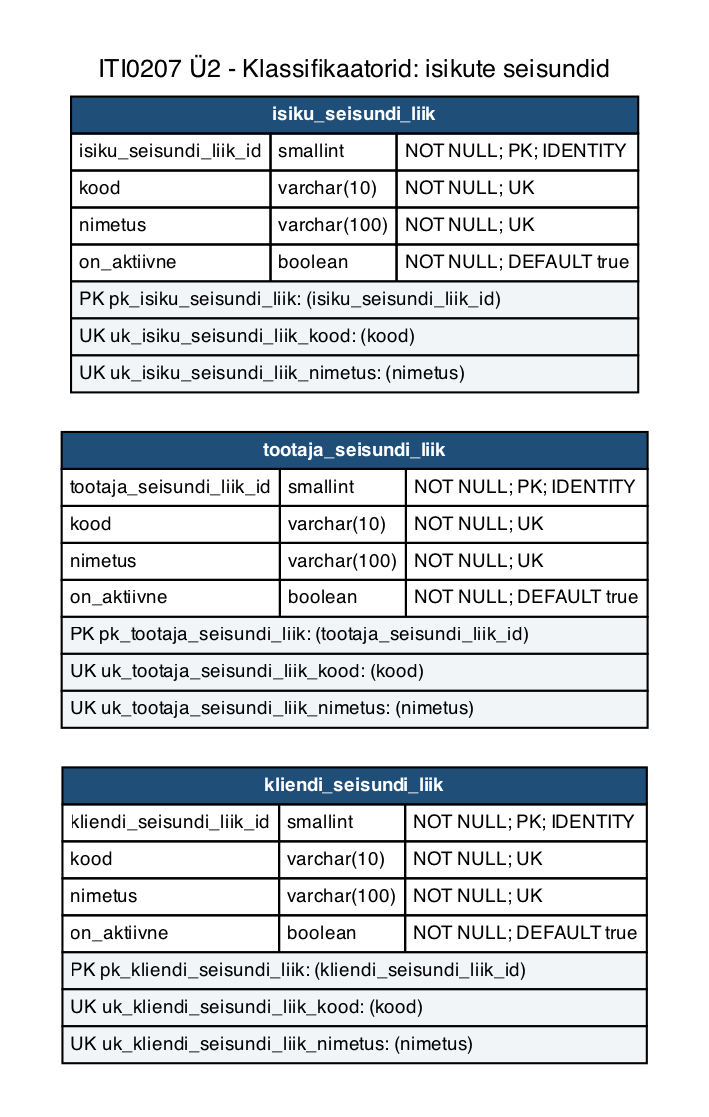
tamkivi/andmebaasid-projekt keeps this Graphviz diagram as iti0207-epood/docs/diagrams/u2-01a-klassifikaatorid-isikuseisundid.png. Above is the earlier version. Its source is kept beside it as iti0207-epood/docs/diagrams/u2-01a-klassifikaatorid-isikuseisundid.dot.
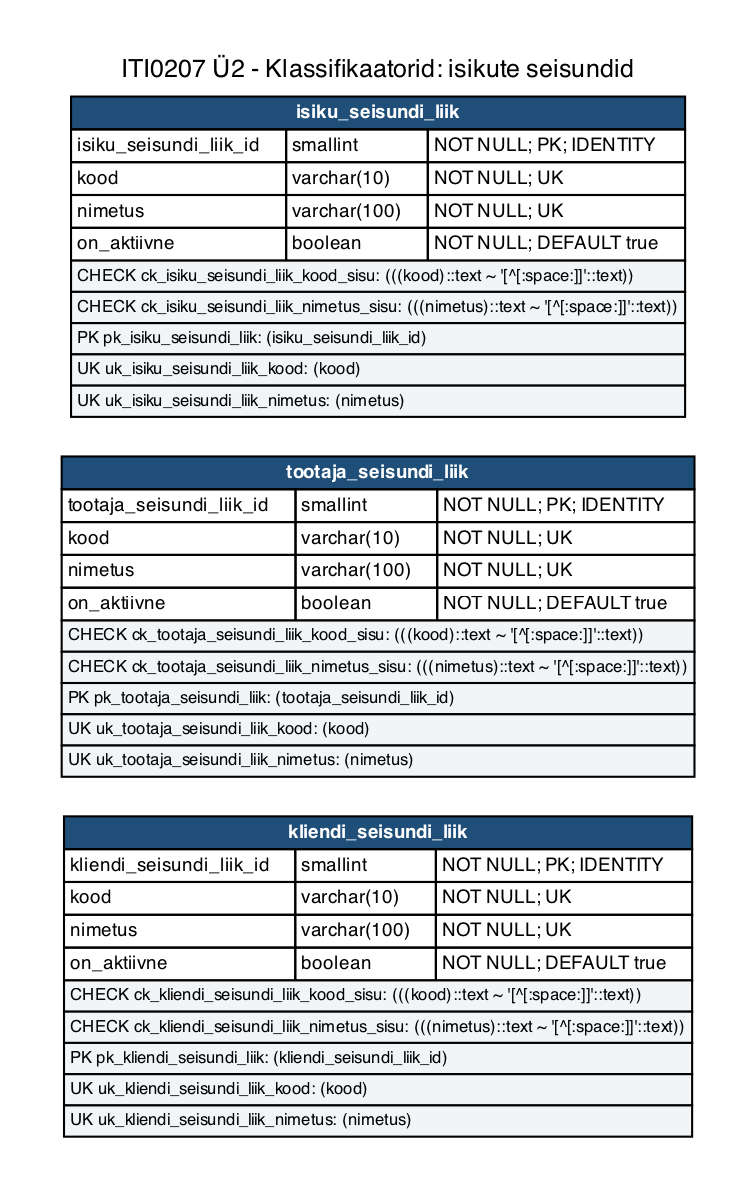
Later version of the same file.

Change to the diagram source:
```diff
@@ -5,9 +5,9 @@
   edge [color="#667788", dir=none, fontsize=8, fontname=Helvetica];
   labelloc="t";
   label="ITI0207 Ü2 - Klassifikaatorid: isikute seisundid";
-  "isiku_seisundi_liik" [label=<<TABLE BORDER="0" CELLBORDER="1" CELLSPACING="0" CELLPADDING="3"><TR><TD COLSPAN="3" BGCOLOR="#1f4e79"><FONT COLOR="white"><B>isiku_seisundi_liik</B></FONT></TD></TR><TR><TD ALIGN="LEFT">isiku_seisundi_liik_id</TD><TD ALIGN="LEFT">smallint</TD><TD ALIGN="LEFT">NOT NULL; PK; IDENTITY</TD></TR><TR><TD ALIGN="LEFT">kood</TD><TD ALIGN="LEFT">varchar(10)</TD><TD ALIGN="LEFT">NOT NULL; UK</TD></TR><TR><TD ALIGN="LEFT">nimetus</TD><TD ALIGN="LEFT">varchar(100)</TD><TD ALIGN="LEFT">NOT NULL; UK</TD></TR><TR><TD ALIGN="LEFT">on_aktiivne</TD><TD ALIGN="LEFT">boolean</TD><TD ALIGN="LEFT">NOT NULL; DEFAULT true</TD></TR><TR><TD COLSPAN="3" ALIGN="LEFT" BGCOLOR="#f2f5f8"><FONT POINT-SIZE="9">PK pk_isiku_seisundi_liik: (isiku_seisundi_liik_id)</FONT></TD></TR><TR><TD COLSPAN="3" ALIGN="LEFT" BGCOLOR="#f2f5f8"><FONT POINT-SIZE="9">UK uk_isiku_seisundi_liik_kood: (kood)</FONT></TD></TR><TR><TD COLSPAN="3" ALIGN="LEFT" BGCOLOR="#f2f5f8"><FONT POINT-SIZE="9">UK uk_isiku_seisundi_liik_nimetus: (nimetus)</FONT></TD></TR></TABLE>>];
-  "tootaja_seisundi_liik" [label=<<TABLE BORDER="0" CELLBORDER="1" CELLSPACING="0" CELLPADDING="3"><TR><TD COLSPAN="3" BGCOLOR="#1f4e79"><FONT COLOR="white"><B>tootaja_seisundi_liik</B></FONT></TD></TR><TR><TD ALIGN="LEFT">tootaja_seisundi_liik_id</TD><TD ALIGN="LEFT">smallint</TD><TD ALIGN="LEFT">NOT NULL; PK; IDENTITY</TD></TR><TR><TD ALIGN="LEFT">kood</TD><TD ALIGN="LEFT">varchar(10)</TD><TD ALIGN="LEFT">NOT NULL; UK</TD></TR><TR><TD ALIGN="LEFT">nimetus</TD><TD ALIGN="LEFT">varchar(100)</TD><TD ALIGN="LEFT">NOT NULL; UK</TD></TR><TR><TD ALIGN="LEFT">on_aktiivne</TD><TD ALIGN="LEFT">boolean</TD><TD ALIGN="LEFT">NOT NULL; DEFAULT true</TD></TR><TR><TD COLSPAN="3" ALIGN="LEFT" BGCOLOR="#f2f5f8"><FONT POINT-SIZE="9">PK pk_tootaja_seisundi_liik: (tootaja_seisundi_liik_id)</FONT></TD></TR><TR><TD COLSPAN="3" ALIGN="LEFT" BGCOLOR="#f2f5f8"><FONT POINT-SIZE="9">UK uk_tootaja_seisundi_liik_kood: (kood)</FONT></TD></TR><TR><TD COLSPAN="3" ALIGN="LEFT" BGCOLOR="#f2f5f8"><FONT POINT-SIZE="9">UK uk_tootaja_seisundi_liik_nimetus: (nimetus)</FONT></TD></TR></TABLE>>];
-  "kliendi_seisundi_liik" [label=<<TABLE BORDER="0" CELLBORDER="1" CELLSPACING="0" CELLPADDING="3"><TR><TD COLSPAN="3" BGCOLOR="#1f4e79"><FONT COLOR="white"><B>kliendi_seisundi_liik</B></FONT></TD></TR><TR><TD ALIGN="LEFT">kliendi_seisundi_liik_id</TD><TD ALIGN="LEFT">smallint</TD><TD ALIGN="LEFT">NOT NULL; PK; IDENTITY</TD></TR><TR><TD ALIGN="LEFT">kood</TD><TD ALIGN="LEFT">varchar(10)</TD><TD ALIGN="LEFT">NOT NULL; UK</TD></TR><TR><TD ALIGN="LEFT">nimetus</TD><TD ALIGN="LEFT">varchar(100)</TD><TD ALIGN="LEFT">NOT NULL; UK</TD></TR><TR><TD ALIGN="LEFT">on_aktiivne</TD><TD ALIGN="LEFT">boolean</TD><TD ALIGN="LEFT">NOT NULL; DEFAULT true</TD></TR><TR><TD COLSPAN="3" ALIGN="LEFT" BGCOLOR="#f2f5f8"><FONT POINT-SIZE="9">PK pk_kliendi_seisundi_liik: (kliendi_seisundi_liik_id)</FONT></TD></TR><TR><TD COLSPAN="3" ALIGN="LEFT" BGCOLOR="#f2f5f8"><FONT POINT-SIZE="9">UK uk_kliendi_seisundi_liik_kood: (kood)</FONT></TD></TR><TR><TD COLSPAN="3" ALIGN="LEFT" BGCOLOR="#f2f5f8"><FONT POINT-SIZE="9">UK uk_kliendi_seisundi_liik_nimetus: (nimetus)</FONT></TD></TR></TABLE>>];
+  "isiku_seisundi_liik" [label=<<TABLE BORDER="0" CELLBORDER="1" CELLSPACING="0" CELLPADDING="2"><TR><TD COLSPAN="3" BGCOLOR="#1f4e79"><FONT COLOR="white"><B>isiku_seisundi_liik</B></FONT></TD></TR><TR><TD ALIGN="LEFT">isiku_seisundi_liik_id</TD><TD ALIGN="LEFT">smallint</TD><TD ALIGN="LEFT">NOT NULL; PK; IDENTITY</TD></TR><TR><TD ALIGN="LEFT">kood</TD><TD ALIGN="LEFT">varchar(10)</TD><TD ALIGN="LEFT">NOT NULL; UK</TD></TR><TR><TD ALIGN="LEFT">nimetus</TD><TD ALIGN="LEFT">varchar(100)</TD><TD ALIGN="LEFT">NOT NULL; UK</TD></TR><TR><TD ALIGN="LEFT">on_aktiivne</TD><TD ALIGN="LEFT">boolean</TD><TD ALIGN="LEFT">NOT NULL; DEFAULT true</TD></TR><TR><TD COLSPAN="3" ALIGN="LEFT" BGCOLOR="#f2f5f8"><FONT POINT-SIZE="8">CHECK ck_isiku_seisundi_liik_kood_sisu: (((kood)::text ~ &#x27;[^[:space:]]&#x27;::text))</FONT></TD></TR><TR><TD COLSPAN="3" ALIGN="LEFT" BGCOLOR="#f2f5f8"><FONT POINT-SIZE="8">CHECK ck_isiku_seisundi_liik_nimetus_sisu: (((nimetus)::text ~ &#x27;[^[:space:]]&#x27;::text))</FONT></TD></TR><TR><TD COLSPAN="3" ALIGN="LEFT" BGCOLOR="#f2f5f8"><FONT POINT-SIZE="8">PK pk_isiku_seisundi_liik: (isiku_seisundi_liik_id)</FONT></TD></TR><TR><TD COLSPAN="3" ALIGN="LEFT" BGCOLOR="#f2f5f8"><FONT POINT-SIZE="8">UK uk_isiku_seisundi_liik_kood: (kood)</FONT></TD></TR><TR><TD COLSPAN="3" ALIGN="LEFT" BGCOLOR="#f2f5f8"><FONT POINT-SIZE="8">UK uk_isiku_seisundi_liik_nimetus: (nimetus)</FONT></TD></TR></TABLE>>];
+  "tootaja_seisundi_liik" [label=<<TABLE BORDER="0" CELLBORDER="1" CELLSPACING="0" CELLPADDING="2"><TR><TD COLSPAN="3" BGCOLOR="#1f4e79"><FONT COLOR="white"><B>tootaja_seisundi_liik</B></FONT></TD></TR><TR><TD ALIGN="LEFT">tootaja_seisundi_liik_id</TD><TD ALIGN="LEFT">smallint</TD><TD ALIGN="LEFT">NOT NULL; PK; IDENTITY</TD></TR><TR><TD ALIGN="LEFT">kood</TD><TD ALIGN="LEFT">varchar(10)</TD><TD ALIGN="LEFT">NOT NULL; UK</TD></TR><TR><TD ALIGN="LEFT">nimetus</TD><TD ALIGN="LEFT">varchar(100)</TD><TD ALIGN="LEFT">NOT NULL; UK</TD></TR><TR><TD ALIGN="LEFT">on_aktiivne</TD><TD ALIGN="LEFT">boolean</TD><TD ALIGN="LEFT">NOT NULL; DEFAULT true</TD></TR><TR><TD COLSPAN="3" ALIGN="LEFT" BGCOLOR="#f2f5f8"><FONT POINT-SIZE="8">CHECK ck_tootaja_seisundi_liik_kood_sisu: (((kood)::text ~ &#x27;[^[:space:]]&#x27;::text))</FONT></TD></TR><TR><TD COLSPAN="3" ALIGN="LEFT" BGCOLOR="#f2f5f8"><FONT POINT-SIZE="8">CHECK ck_tootaja_seisundi_liik_nimetus_sisu: (((nimetus)::text ~ &#x27;[^[:space:]]&#x27;::text))</FONT></TD></TR><TR><TD COLSPAN="3" ALIGN="LEFT" BGCOLOR="#f2f5f8"><FONT POINT-SIZE="8">PK pk_tootaja_seisundi_liik: (tootaja_seisundi_liik_id)</FONT></TD></TR><TR><TD COLSPAN="3" ALIGN="LEFT" BGCOLOR="#f2f5f8"><FONT POINT-SIZE="8">UK uk_tootaja_seisundi_liik_kood: (kood)</FONT></TD></TR><TR><TD COLSPAN="3" ALIGN="LEFT" BGCOLOR="#f2f5f8"><FONT POINT-SIZE="8">UK uk_tootaja_seisundi_liik_nimetus: (nimetus)</FONT></TD></TR></TABLE>>];
+  "kliendi_seisundi_liik" [label=<<TABLE BORDER="0" CELLBORDER="1" CELLSPACING="0" CELLPADDING="2"><TR><TD COLSPAN="3" BGCOLOR="#1f4e79"><FONT COLOR="white"><B>kliendi_seisundi_liik</B></FONT></TD></TR><TR><TD ALIGN="LEFT">kliendi_seisundi_liik_id</TD><TD ALIGN="LEFT">smallint</TD><TD ALIGN="LEFT">NOT NULL; PK; IDENTITY</TD></TR><TR><TD ALIGN="LEFT">kood</TD><TD ALIGN="LEFT">varchar(10)</TD><TD ALIGN="LEFT">NOT NULL; UK</TD></TR><TR><TD ALIGN="LEFT">nimetus</TD><TD ALIGN="LEFT">varchar(100)</TD><TD ALIGN="LEFT">NOT NULL; UK</TD></TR><TR><TD ALIGN="LEFT">on_aktiivne</TD><TD ALIGN="LEFT">boolean</TD><TD ALIGN="LEFT">NOT NULL; DEFAULT true</TD></TR><TR><TD COLSPAN="3" ALIGN="LEFT" BGCOLOR="#f2f5f8"><FONT POINT-SIZE="8">CHECK ck_kliendi_seisundi_liik_kood_sisu: (((kood)::text ~ &#x27;[^[:space:]]&#x27;::text))</FONT></TD></TR><TR><TD COLSPAN="3" ALIGN="LEFT" BGCOLOR="#f2f5f8"><FONT POINT-SIZE="8">CHECK ck_kliendi_seisundi_liik_nimetus_sisu: (((nimetus)::text ~ &#x27;[^[:space:]]&#x27;::text))</FONT></TD></TR><TR><TD COLSPAN="3" ALIGN="LEFT" BGCOLOR="#f2f5f8"><FONT POINT-SIZE="8">PK pk_kliendi_seisundi_liik: (kliendi_seisundi_liik_id)</FONT></TD></TR><TR><TD COLSPAN="3" ALIGN="LEFT" BGCOLOR="#f2f5f8"><FONT POINT-SIZE="8">UK uk_kliendi_seisundi_liik_kood: (kood)</FONT></TD></TR><TR><TD COLSPAN="3" ALIGN="LEFT" BGCOLOR="#f2f5f8"><FONT POINT-SIZE="8">UK uk_kliendi_seisundi_liik_nimetus: (nimetus)</FONT></TD></TR></TABLE>>];
   "isiku_seisundi_liik" -> "tootaja_seisundi_liik" [style=invis, weight=100];
   "tootaja_seisundi_liik" -> "kliendi_seisundi_liik" [style=invis, weight=100];
 }
```
